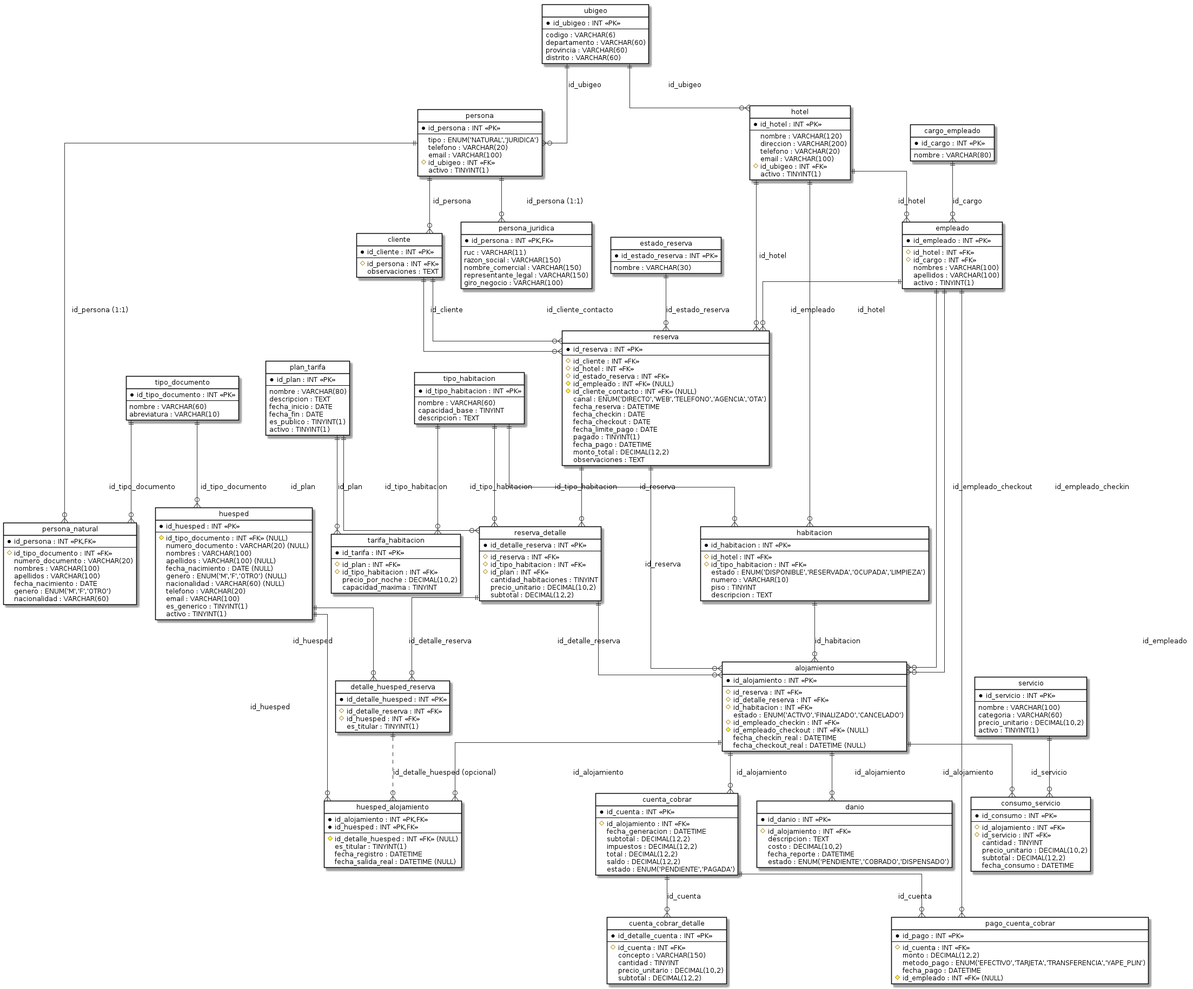
This is Diagramas/Diagrama de Base de Datos/02_Modelo_Logico.png from Piero134/base-de-datos-1, a PlantUML export, as it was before one commit. Its source is kept beside it as Diagramas/Diagrama de Base de Datos/02_Modelo_Logico.puml. Source of this version:
```plantuml
@startuml 02_Modelo_Logico


hide circle
skinparam linetype ortho
skinparam class {
    BackgroundColor White
    BorderColor Black
    ArrowColor #333333
    AttributeFontSize 12
}

entity "ubigeo" as ubigeo {
  * id_ubigeo : INT <<PK>>
  --
  codigo : VARCHAR(6)
  departamento : VARCHAR(60)
  provincia : VARCHAR(60)
  distrito : VARCHAR(60)
}

entity "hotel" as hotel {
  * id_hotel : INT <<PK>>
  --
  nombre : VARCHAR(120)
  direccion : VARCHAR(200)
  telefono : VARCHAR(20)
  email : VARCHAR(100)
  # id_ubigeo : INT <<FK>>
  activo : TINYINT(1)
}

entity "cargo_empleado" as cargo_empleado {
  * id_cargo : INT <<PK>>
  --
  nombre : VARCHAR(80)
}

entity "empleado" as empleado {
  * id_empleado : INT <<PK>>
  --
  # id_hotel : INT <<FK>>
  # id_cargo : INT <<FK>>
  nombres : VARCHAR(100)
  apellidos : VARCHAR(100)
  activo : TINYINT(1)
}

entity "tipo_documento" as tipo_documento {
  * id_tipo_documento : INT <<PK>>
  --
  nombre : VARCHAR(60)
  abreviatura : VARCHAR(10)
}

entity "persona" as persona {
  * id_persona : INT <<PK>>
  --
  tipo : ENUM('NATURAL','JURIDICA')
  telefono : VARCHAR(20)
  email : VARCHAR(100)
  # id_ubigeo : INT <<FK>>
  activo : TINYINT(1)
}

entity "persona_natural" as persona_natural {
  * id_persona : INT <<PK,FK>>
  --
  # id_tipo_documento : INT <<FK>>
  numero_documento : VARCHAR(20)
  nombres : VARCHAR(100)
  apellidos : VARCHAR(100)
  fecha_nacimiento : DATE
  genero : ENUM('M','F','OTRO')
  nacionalidad : VARCHAR(60)
}

entity "persona_juridica" as persona_juridica {
  * id_persona : INT <<PK,FK>>
  --
  ruc : VARCHAR(11)
  razon_social : VARCHAR(150)
  nombre_comercial : VARCHAR(150)
  representante_legal : VARCHAR(150)
  giro_negocio : VARCHAR(100)
}

entity "cliente" as cliente {
  * id_cliente : INT <<PK>>
  --
  # id_persona : INT <<FK>>
  observaciones : TEXT
}

entity "huesped" as huesped {
  * id_huesped : INT <<PK>>
  --
  # id_tipo_documento : INT <<FK>> (NULL)
  numero_documento : VARCHAR(20) (NULL)
  nombres : VARCHAR(100)
  apellidos : VARCHAR(100) (NULL)
  fecha_nacimiento : DATE (NULL)
  genero : ENUM('M','F','OTRO') (NULL)
  nacionalidad : VARCHAR(60) (NULL)
  telefono : VARCHAR(20)
  email : VARCHAR(100)
  es_generico : TINYINT(1)
  activo : TINYINT(1)
}

entity "tipo_habitacion" as tipo_habitacion {
  * id_tipo_habitacion : INT <<PK>>
  --
  nombre : VARCHAR(60)
  capacidad_base : TINYINT
  descripcion : TEXT
}

entity "habitacion" as habitacion {
  * id_habitacion : INT <<PK>>
  --
  # id_hotel : INT <<FK>>
  # id_tipo_habitacion : INT <<FK>>
  estado : ENUM('DISPONIBLE','RESERVADA','OCUPADA','LIMPIEZA')
  numero : VARCHAR(10)
  piso : TINYINT
  descripcion : TEXT
}

entity "plan_tarifa" as plan_tarifa {
  * id_plan : INT <<PK>>
  --
  nombre : VARCHAR(80)
  descripcion : TEXT
  fecha_inicio : DATE
  fecha_fin : DATE
  es_publico : TINYINT(1)
  activo : TINYINT(1)
}

entity "tarifa_habitacion" as tarifa_habitacion {
  * id_tarifa : INT <<PK>>
  --
  # id_plan : INT <<FK>>
  # id_tipo_habitacion : INT <<FK>>
  precio_por_noche : DECIMAL(10,2)
  capacidad_maxima : TINYINT
}

entity "estado_reserva" as estado_reserva {
  * id_estado_reserva : INT <<PK>>
  --
  nombre : VARCHAR(30)
}

entity "reserva" as reserva {
  * id_reserva : INT <<PK>>
  --
  # id_cliente : INT <<FK>>
  # id_hotel : INT <<FK>>
  # id_estado_reserva : INT <<FK>>
  # id_empleado : INT <<FK>> (NULL)
  # id_cliente_contacto : INT <<FK>> (NULL)
  canal : ENUM('DIRECTO','WEB','TELEFONO','AGENCIA','OTA')
  fecha_reserva : DATETIME
  fecha_checkin : DATE
  fecha_checkout : DATE
  fecha_limite_pago : DATE
  pagado : TINYINT(1)
  fecha_pago : DATETIME
  monto_total : DECIMAL(12,2)
  observaciones : TEXT
}

entity "reserva_detalle" as reserva_detalle {
  * id_detalle_reserva : INT <<PK>>
  --
  # id_reserva : INT <<FK>>
  # id_tipo_habitacion : INT <<FK>>
  # id_plan : INT <<FK>>
  cantidad_habitaciones : TINYINT
  precio_unitario : DECIMAL(10,2)
  subtotal : DECIMAL(12,2)
}

entity "detalle_huesped_reserva" as detalle_huesped_reserva {
  * id_detalle_huesped : INT <<PK>>
  --
  # id_detalle_reserva : INT <<FK>>
  # id_huesped : INT <<FK>>
  es_titular : TINYINT(1)
}

entity "alojamiento" as alojamiento {
  * id_alojamiento : INT <<PK>>
  --
  # id_reserva : INT <<FK>>
  # id_detalle_reserva : INT <<FK>>
  # id_habitacion : INT <<FK>>
  estado : ENUM('ACTIVO','FINALIZADO','CANCELADO')
  # id_empleado_checkin : INT <<FK>>
  # id_empleado_checkout : INT <<FK>> (NULL)
  fecha_checkin_real : DATETIME
  fecha_checkout_real : DATETIME (NULL)
}

entity "huesped_alojamiento" as huesped_alojamiento {
  * id_alojamiento : INT <<PK,FK>>
  * id_huesped : INT <<PK,FK>>
  --
  # id_detalle_huesped : INT <<FK>> (NULL)
  es_titular : TINYINT(1)
  fecha_registro : DATETIME
  fecha_salida_real : DATETIME (NULL)
}

entity "servicio" as servicio {
  * id_servicio : INT <<PK>>
  --
  nombre : VARCHAR(100)
  categoria : VARCHAR(60)
  precio_unitario : DECIMAL(10,2)
  activo : TINYINT(1)
}

entity "consumo_servicio" as consumo_servicio {
  * id_consumo : INT <<PK>>
  --
  # id_alojamiento : INT <<FK>>
  # id_servicio : INT <<FK>>
  cantidad : TINYINT
  precio_unitario : DECIMAL(10,2)
  subtotal : DECIMAL(12,2)
  fecha_consumo : DATETIME
}

entity "danio" as danio {
  * id_danio : INT <<PK>>
  --
  # id_alojamiento : INT <<FK>>
  descripcion : TEXT
  costo : DECIMAL(10,2)
  fecha_reporte : DATETIME
  estado : ENUM('PENDIENTE','COBRADO','DISPENSADO')
}

entity "cuenta_cobrar" as cuenta_cobrar {
  * id_cuenta : INT <<PK>>
  --
  # id_alojamiento : INT <<FK>>
  fecha_generacion : DATETIME
  subtotal : DECIMAL(12,2)
  impuestos : DECIMAL(12,2)
  total : DECIMAL(12,2)
  saldo : DECIMAL(12,2)
  estado : ENUM('PENDIENTE','PAGADA')
}

entity "cuenta_cobrar_detalle" as cuenta_cobrar_detalle {
  * id_detalle_cuenta : INT <<PK>>
  --
  # id_cuenta : INT <<FK>>
  concepto : VARCHAR(150)
  cantidad : TINYINT
  precio_unitario : DECIMAL(10,2)
  subtotal : DECIMAL(12,2)
}

entity "pago_cuenta_cobrar" as pago_cuenta_cobrar {
  * id_pago : INT <<PK>>
  --
  # id_cuenta : INT <<FK>>
  monto : DECIMAL(12,2)
  metodo_pago : ENUM('EFECTIVO','TARJETA','TRANSFERENCIA','YAPE_PLIN')
  fecha_pago : DATETIME
  # id_empleado : INT <<FK>> (NULL)
}


ubigeo          ||--o{ hotel                    : id_ubigeo
ubigeo          ||--o{ persona                  : id_ubigeo

hotel           ||--o{ empleado                 : id_hotel
cargo_empleado  ||--o{ empleado                 : id_cargo

hotel           ||--o{ habitacion               : id_hotel
tipo_habitacion ||--o{ habitacion               : id_tipo_habitacion
tipo_habitacion ||--o{ tarifa_habitacion        : id_tipo_habitacion
plan_tarifa     ||--o{ tarifa_habitacion        : id_plan

persona         ||--o{ persona_natural          : id_persona (1:1)
persona         ||--o{ persona_juridica         : id_persona (1:1)
tipo_documento  ||--o{ persona_natural          : id_tipo_documento
tipo_documento  ||--o{ huesped                  : id_tipo_documento
persona         ||--o{ cliente                  : id_persona

hotel           ||--o{ reserva                  : id_hotel
cliente         ||--o{ reserva                  : id_cliente
cliente         ||--o{ reserva                  : id_cliente_contacto
empleado        ||--o{ reserva                  : id_empleado
estado_reserva  ||--o{ reserva                  : id_estado_reserva

reserva         ||--o{ reserva_detalle          : id_reserva
tipo_habitacion ||--o{ reserva_detalle          : id_tipo_habitacion
plan_tarifa     ||--o{ reserva_detalle          : id_plan

reserva_detalle ||--o{ detalle_huesped_reserva  : id_detalle_reserva
huesped         ||--o{ detalle_huesped_reserva  : id_huesped

reserva         ||--o{ alojamiento              : id_reserva
reserva_detalle ||--o{ alojamiento              : id_detalle_reserva
habitacion      ||--o{ alojamiento              : id_habitacion
empleado        ||--o{ alojamiento              : id_empleado_checkin
empleado        ||--o{ alojamiento              : id_empleado_checkout

alojamiento     ||--o{ huesped_alojamiento      : id_alojamiento
huesped         ||--o{ huesped_alojamiento      : id_huesped
detalle_huesped_reserva ||..o{ huesped_alojamiento : id_detalle_huesped (opcional)

alojamiento     ||--o{ consumo_servicio         : id_alojamiento
servicio        ||--o{ consumo_servicio         : id_servicio

alojamiento     ||--o{ danio                    : id_alojamiento

alojamiento     ||--o{ cuenta_cobrar            : id_alojamiento
cuenta_cobrar   ||--o{ cuenta_cobrar_detalle    : id_cuenta
cuenta_cobrar   ||--o{ pago_cuenta_cobrar       : id_cuenta
empleado        ||--o{ pago_cuenta_cobrar       : id_empleado

@enduml
```
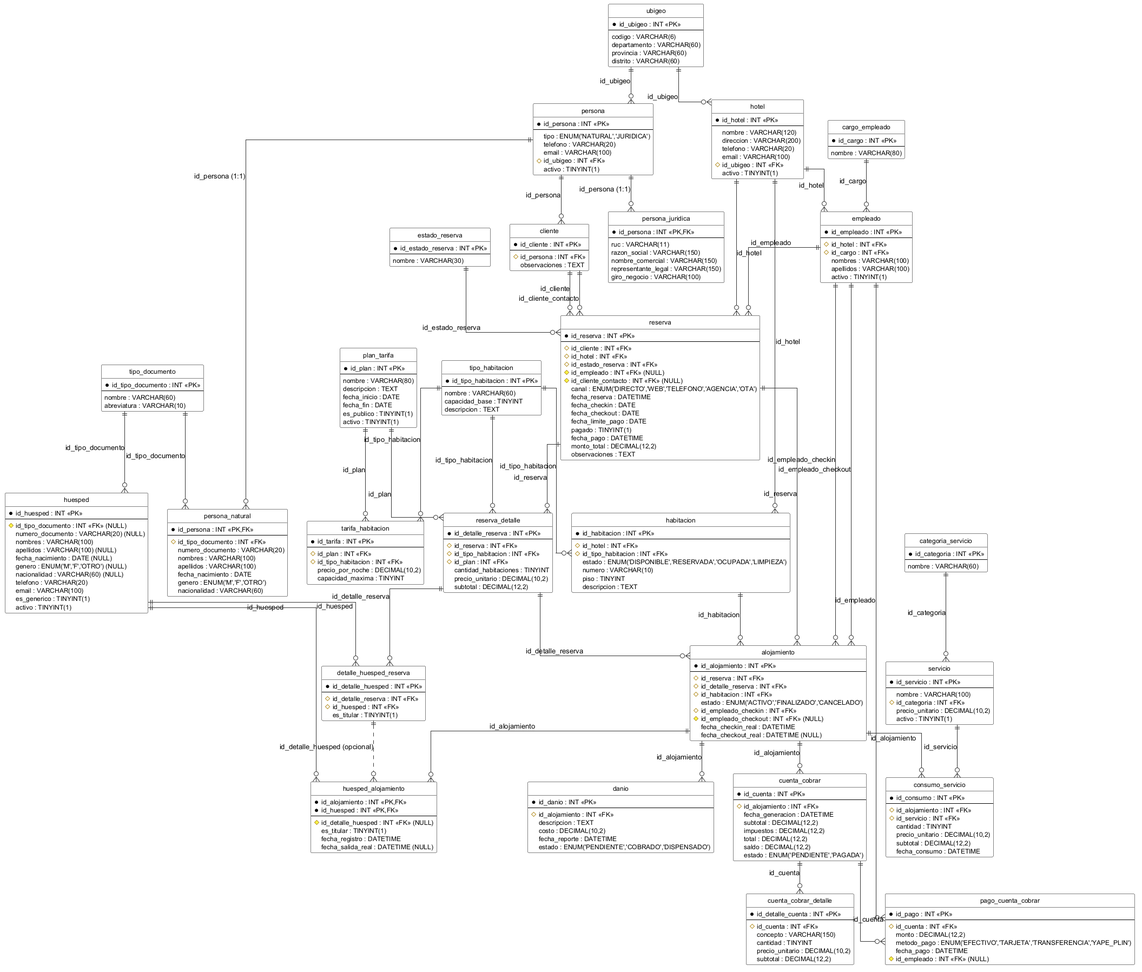
After the commit.

What changed in the source:
```diff
@@ -214,11 +214,17 @@
   fecha_salida_real : DATETIME (NULL)
 }
 
+entity "categoria_servicio" as categoria_servicio {
+  * id_categoria : INT <<PK>>
+  --
+  nombre : VARCHAR(60)
+}
+
 entity "servicio" as servicio {
   * id_servicio : INT <<PK>>
   --
   nombre : VARCHAR(100)
-  categoria : VARCHAR(60)
+  # id_categoria : INT <<FK>>
   precio_unitario : DECIMAL(10,2)
   activo : TINYINT(1)
 }
@@ -319,6 +325,7 @@
 
 alojamiento     ||--o{ consumo_servicio         : id_alojamiento
 servicio        ||--o{ consumo_servicio         : id_servicio
+categoria_servicio ||--o{ servicio              : id_categoria
 
 alojamiento     ||--o{ danio                    : id_alojamiento
 
```
